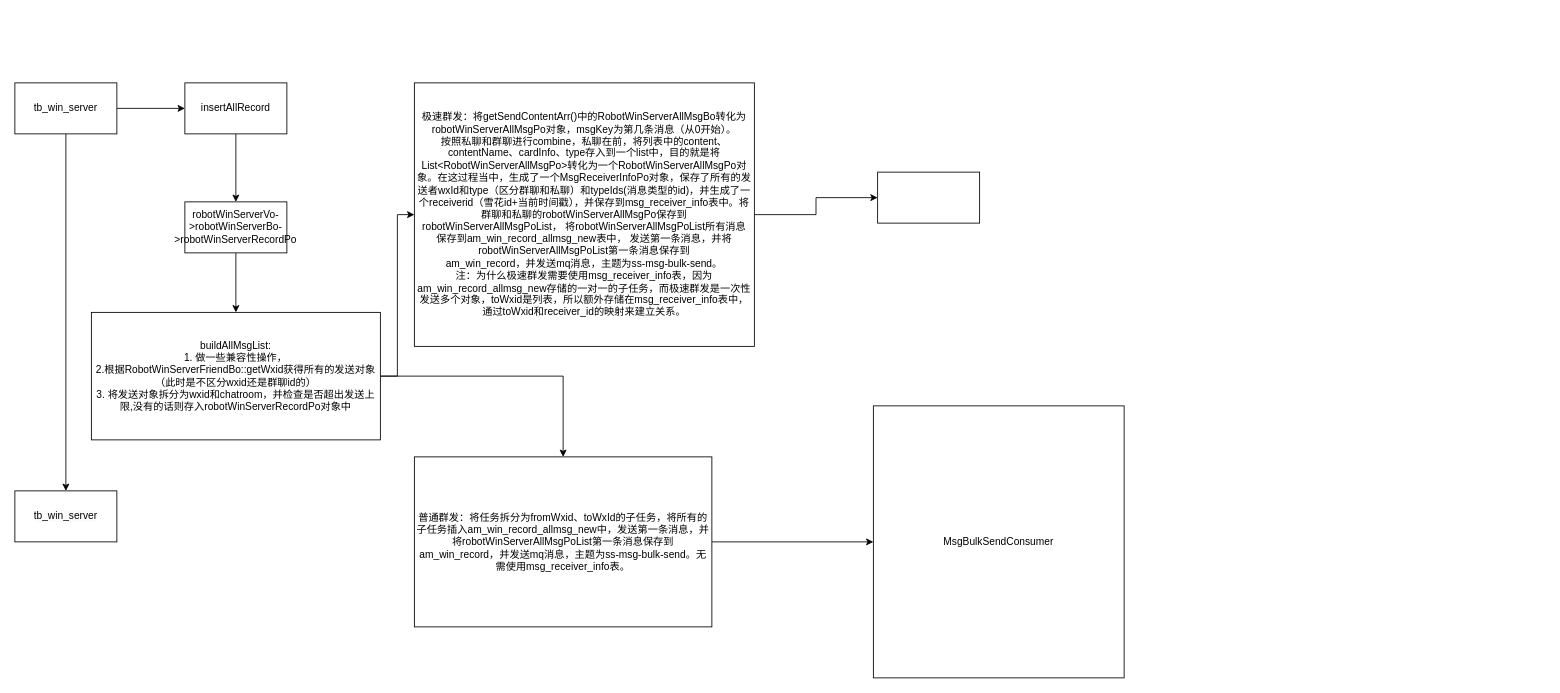
1819011603/- keeps this draw.io diagram as 通宝的群发流程图.drawio. Above is the earlier version. Source tidied: cells renumbered, new cells numbered last; positions are measured from the earlier drawing's top-left corner, leaving out a move shared by most shapes. Both pictures are drawn from the tidied source at 85%, with x=0, y=0 at pixel (14, 82).
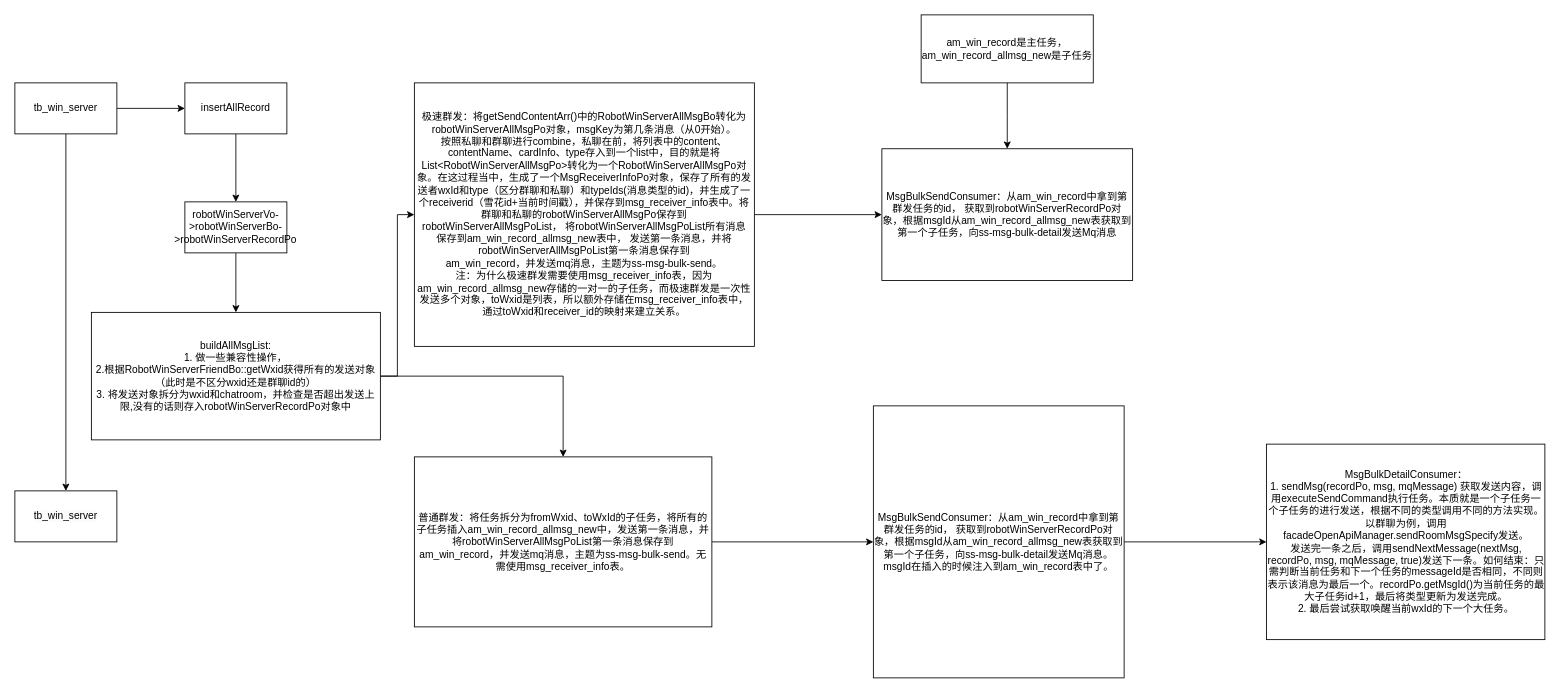
The same diagram, later.

Commit message:
更新通宝的群发流程图.drawio

Change to the diagram source:
```diff
@@
-    <mxCell id="17" style="whiteSpace=wrap;html=1;rounded=0;" parent="1" vertex="1">
-      <mxGeometry x="1015" y="105" width="120" height="60" as="geometry" />
+    <mxCell id="17" value="MsgBulkSendConsumer：从am_win_record中拿到第群发任务的id， 获取到robotWinServerRecordPo对象，根据msgId从am_win_record_allmsg_new表获取到第一个子任务，向ss-msg-bulk-detail发送Mq消息" style="whiteSpace=wrap;html=1;rounded=0;" parent="1" vertex="1">
+      <mxGeometry x="1020" y="77.5" width="295" height="155" as="geometry" />
     </mxCell>
+    <mxCell id="19" style="edgeStyle=orthogonalEdgeStyle;rounded=0;jettySize=auto;html=1;" parent="1" edge="1" source="18" target="20">
+      <mxGeometry relative="1" as="geometry" />
+    </mxCell>
-    <mxCell id="18" value="MsgBulkSendConsumer" style="whiteSpace=wrap;html=1;rounded=0;" parent="1" vertex="1">
+    <mxCell id="18" value="MsgBulkSendConsumer：从am_win_record中拿到第群发任务的id， 获取到robotWinServerRecordPo对象，根据msgId从am_win_record_allmsg_new表获取到第一个子任务，向ss-msg-bulk-detail发送Mq消息。&lt;br&gt;msgId在插入的时候注入到am_win_record表中了。" style="whiteSpace=wrap;html=1;rounded=0;" parent="1" vertex="1">
       <mxGeometry x="1010" y="380" width="295" height="320" as="geometry" />
     </mxCell>
+    <mxCell id="20" value="MsgBulkDetailConsumer：&lt;br&gt;1. sendMsg(recordPo, msg, mqMessage) 获取发送内容，调用executeSendCommand执行任务。本质就是一个子任务一个子任务的进行发送，根据不同的类型调用不同的方法实现。以群聊为例，调用facadeOpenApiManager.sendRoomMsgSpecify发送。&lt;br&gt;发送完一条之后，调用sendNextMessage(nextMsg, recordPo, msg, mqMessage, true)发送下一条。如何结束：只需判断当前任务和下一个任务的messageId是否相同，不同则表示该消息为最后一个。recordPo.getMsgId()为当前任务的最大子任务id+1，最后将类型更新为发送完成。&lt;br&gt;2. 最后尝试获取唤醒当前wxId的下一个大任务。" style="whiteSpace=wrap;html=1;rounded=0;" parent="1" vertex="1">
+      <mxGeometry x="1472.5" y="425" width="327.5" height="230" as="geometry" />
+    </mxCell>
+    <mxCell id="21" style="edgeStyle=orthogonalEdgeStyle;rounded=0;jettySize=auto;html=1;" parent="1" edge="1" source="22" target="17">
+      <mxGeometry relative="1" as="geometry" />
+    </mxCell>
+    <mxCell id="22" value="am_win_record是主任务，am_win_record_allmsg_new是子任务" style="whiteSpace=wrap;html=1;" parent="1" vertex="1">
+      <mxGeometry x="1066.2" y="-80" width="202.5" height="80" as="geometry" />
+    </mxCell>
```
